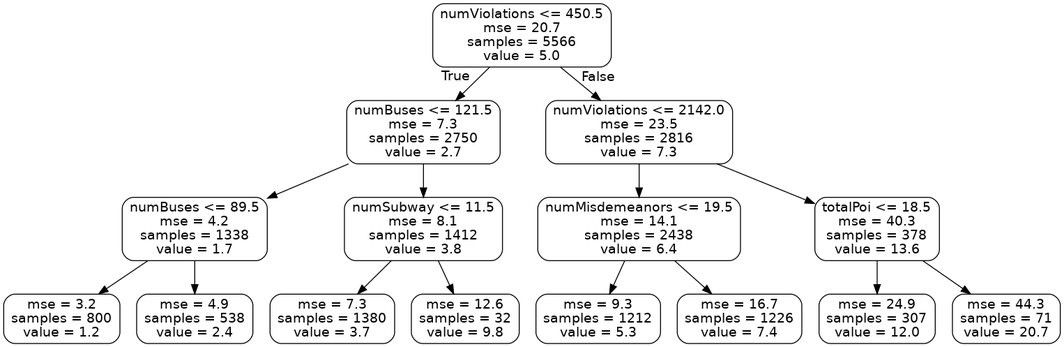
Above: Project2/small_tree.png in fegan104/cs586-team2 (Graphviz), before the change. Its source is kept beside it as Project2/small_tree.dot.
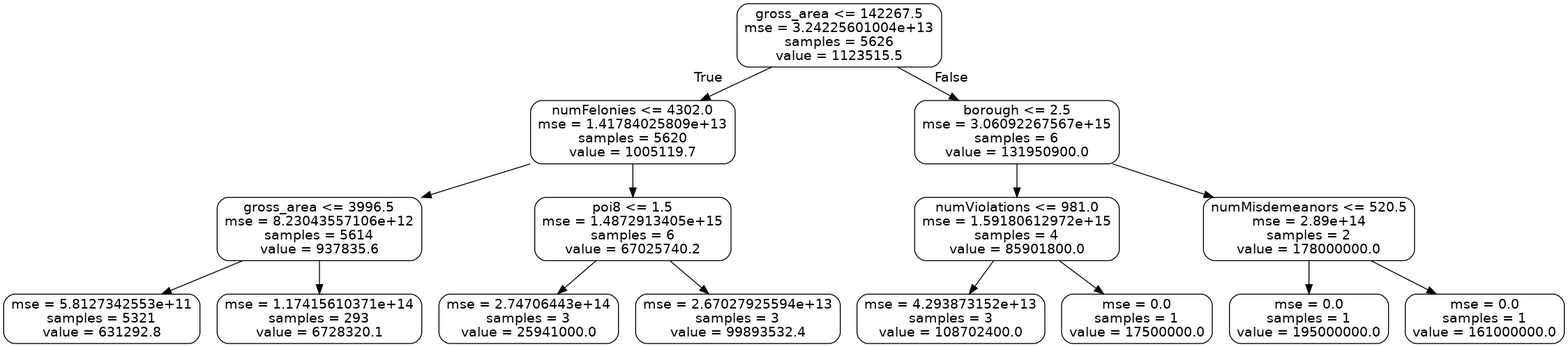
After the commit.

What changed in the source:
```diff
@@ -1,33 +1,33 @@
 digraph Tree {
 node [shape=box, style="rounded", color="black", fontname=helvetica] ;
 edge [fontname=helvetica] ;
-0 [label="numViolations <= 450.5\nmse = 20.7\nsamples = 5566\nvalue = 5.0"] ;
-1 [label="numBuses <= 121.5\nmse = 7.3\nsamples = 2750\nvalue = 2.7"] ;
+0 [label="gross_area <= 142267.5\nmse = 3.24225601004e+13\nsamples = 5626\nvalue = 1123515.5"] ;
+1 [label="numFelonies <= 4302.0\nmse = 1.41784025809e+13\nsamples = 5620\nvalue = 1005119.7"] ;
 0 -> 1 [labeldistance=2.5, labelangle=45, headlabel="True"] ;
-2 [label="numBuses <= 89.5\nmse = 4.2\nsamples = 1338\nvalue = 1.7"] ;
+2 [label="gross_area <= 3996.5\nmse = 8.23043557106e+12\nsamples = 5614\nvalue = 937835.6"] ;
 1 -> 2 ;
-3 [label="mse = 3.2\nsamples = 800\nvalue = 1.2"] ;
+3 [label="mse = 5.8127342553e+11\nsamples = 5321\nvalue = 631292.8"] ;
 2 -> 3 ;
-4 [label="mse = 4.9\nsamples = 538\nvalue = 2.4"] ;
+4 [label="mse = 1.17415610371e+14\nsamples = 293\nvalue = 6728320.1"] ;
 2 -> 4 ;
-5 [label="numSubway <= 11.5\nmse = 8.1\nsamples = 1412\nvalue = 3.8"] ;
+5 [label="poi8 <= 1.5\nmse = 1.4872913405e+15\nsamples = 6\nvalue = 67025740.2"] ;
 1 -> 5 ;
-6 [label="mse = 7.3\nsamples = 1380\nvalue = 3.7"] ;
+6 [label="mse = 2.74706443e+14\nsamples = 3\nvalue = 25941000.0"] ;
 5 -> 6 ;
-7 [label="mse = 12.6\nsamples = 32\nvalue = 9.8"] ;
+7 [label="mse = 2.67027925594e+13\nsamples = 3\nvalue = 99893532.4"] ;
 5 -> 7 ;
-8 [label="numViolations <= 2142.0\nmse = 23.5\nsamples = 2816\nvalue = 7.3"] ;
+8 [label="borough <= 2.5\nmse = 3.06092267567e+15\nsamples = 6\nvalue = 131950900.0"] ;
 0 -> 8 [labeldistance=2.5, labelangle=-45, headlabel="False"] ;
-9 [label="numMisdemeanors <= 19.5\nmse = 14.1\nsamples = 2438\nvalue = 6.4"] ;
+9 [label="numViolations <= 981.0\nmse = 1.59180612972e+15\nsamples = 4\nvalue = 85901800.0"] ;
 8 -> 9 ;
-10 [label="mse = 9.3\nsamples = 1212\nvalue = 5.3"] ;
+10 [label="mse = 4.293873152e+13\nsamples = 3\nvalue = 108702400.0"] ;
 9 -> 10 ;
-11 [label="mse = 16.7\nsamples = 1226\nvalue = 7.4"] ;
+11 [label="mse = 0.0\nsamples = 1\nvalue = 17500000.0"] ;
 9 -> 11 ;
-12 [label="totalPoi <= 18.5\nmse = 40.3\nsamples = 378\nvalue = 13.6"] ;
+12 [label="numMisdemeanors <= 520.5\nmse = 2.89e+14\nsamples = 2\nvalue = 178000000.0"] ;
 8 -> 12 ;
-13 [label="mse = 24.9\nsamples = 307\nvalue = 12.0"] ;
+13 [label="mse = 0.0\nsamples = 1\nvalue = 195000000.0"] ;
 12 -> 13 ;
-14 [label="mse = 44.3\nsamples = 71\nvalue = 20.7"] ;
+14 [label="mse = 0.0\nsamples = 1\nvalue = 161000000.0"] ;
 12 -> 14 ;
 }
```
